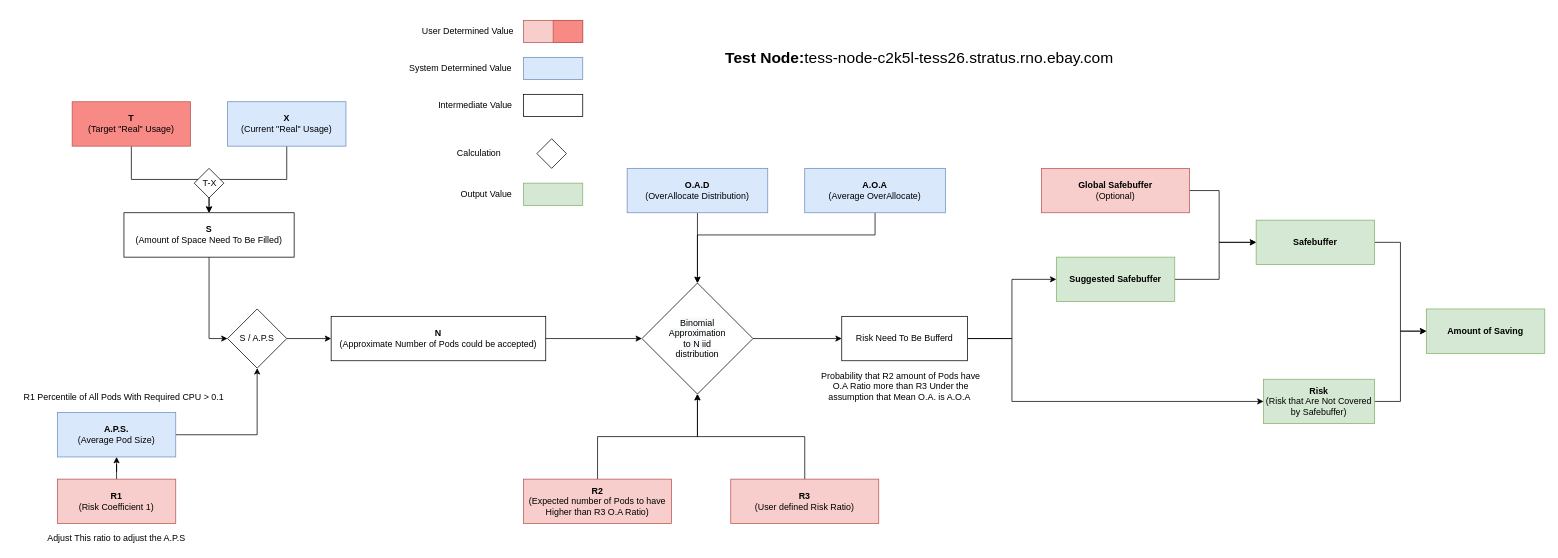
PodorCN/WorkTerm2 keeps this draw.io diagram as VNA.Verify 1.drawio. Above is the earlier version. Source tidied: cells renumbered, new cells numbered last; positions are measured from the earlier drawing's top-left corner, leaving out a move shared by most shapes. Both pictures are drawn from the tidied source at 74%, with x=0, y=0 at pixel (13, 13).
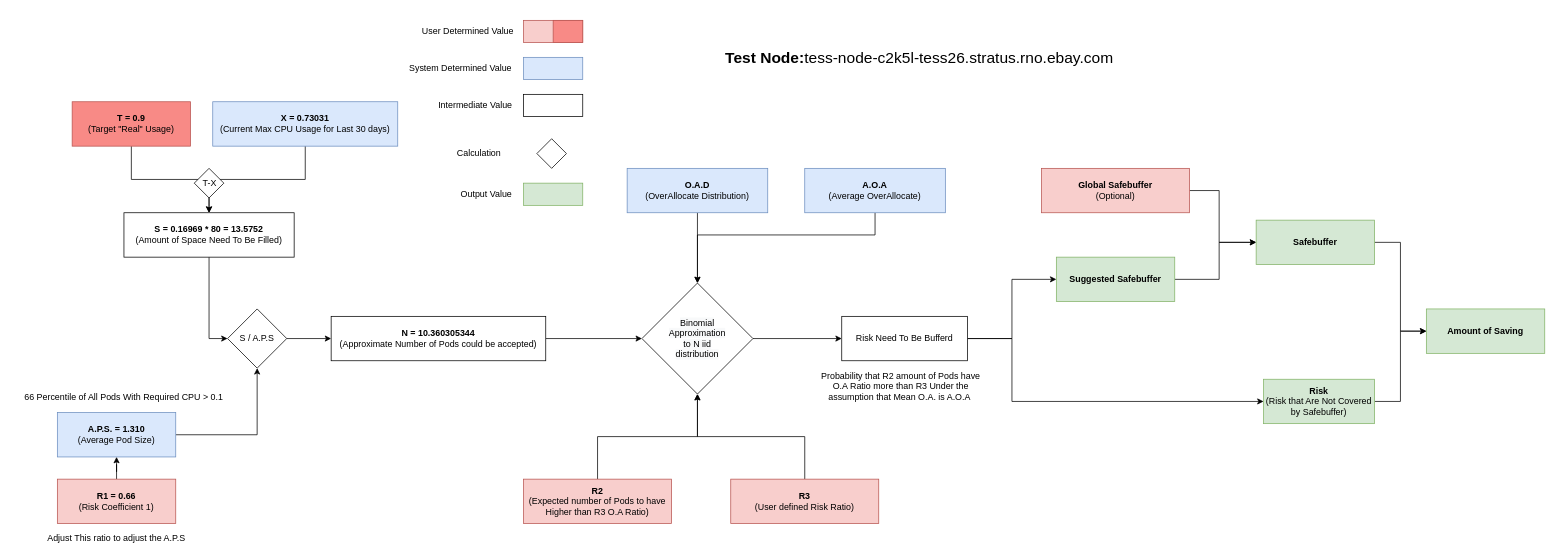
Above is the later version.

The edit, as a diff of the source:
```diff
@@
-    <mxCell id="3" value="&lt;b&gt;T&lt;/b&gt;&lt;br&gt;(Target &quot;Real&quot; Usage)" style="rounded=0;whiteSpace=wrap;html=1;strokeColor=#b85450;fillColor=#F88A86;" parent="1" vertex="1">
+    <mxCell id="3" value="&lt;b&gt;T = 0.9&lt;/b&gt;&lt;br&gt;(Target &quot;Real&quot; Usage)" style="rounded=0;whiteSpace=wrap;html=1;strokeColor=#b85450;fillColor=#F88A86;" parent="1" vertex="1">
       <mxGeometry x="80" y="120" width="160" height="60" as="geometry" />
     </mxCell>
@@
-    <mxCell id="11" value="&lt;b&gt;X&lt;/b&gt;&lt;br&gt;(Current &quot;Real&quot; Usage)" style="rounded=0;whiteSpace=wrap;html=1;fillColor=#dae8fc;strokeColor=#6c8ebf;" parent="1" vertex="1">
-      <mxGeometry x="290" y="120" width="160" height="60" as="geometry" />
+    <mxCell id="11" value="&lt;b&gt;X = 0.73031&lt;/b&gt;&lt;br&gt;(Current Max CPU Usage for Last 30 days)" style="rounded=0;whiteSpace=wrap;html=1;fillColor=#dae8fc;strokeColor=#6c8ebf;" parent="1" vertex="1">
+      <mxGeometry x="270" y="120" width="250" height="60" as="geometry" />
     </mxCell>
@@
-    <mxCell id="13" value="&lt;b&gt;S&lt;br&gt;&lt;/b&gt;(Amount of Space Need To Be Filled)" style="rounded=0;whiteSpace=wrap;html=1;" parent="1" vertex="1">
+    <mxCell id="13" value="&lt;b&gt;S = 0.16969 * 80 =&amp;nbsp;13.5752&lt;/b&gt;&lt;br&gt;(Amount of Space Need To Be Filled)" style="rounded=0;whiteSpace=wrap;html=1;" parent="1" vertex="1">
       <mxGeometry x="150" y="270" width="230" height="60" as="geometry" />
     </mxCell>
@@
-    <mxCell id="18" value="&lt;b&gt;A.P.S.&lt;/b&gt;&lt;br&gt;(Average Pod Size)" style="rounded=0;whiteSpace=wrap;html=1;fillColor=#dae8fc;strokeColor=#6c8ebf;" parent="1" vertex="1">
+    <mxCell id="18" value="&lt;b&gt;A.P.S. = 1.310&lt;/b&gt;&lt;br&gt;(Average Pod Size)" style="rounded=0;whiteSpace=wrap;html=1;fillColor=#dae8fc;strokeColor=#6c8ebf;" parent="1" vertex="1">
       <mxGeometry x="60" y="540" width="160" height="60" as="geometry" />
     </mxCell>
-    <mxCell id="19" value="R1 Percentile of All Pods With Required CPU &amp;gt; 0.1" style="text;html=1;strokeColor=none;fillColor=none;align=center;verticalAlign=middle;whiteSpace=wrap;rounded=0;" parent="1" vertex="1">
+    <mxCell id="19" value="66 Percentile of All Pods With Required CPU &amp;gt; 0.1" style="text;html=1;strokeColor=none;fillColor=none;align=center;verticalAlign=middle;whiteSpace=wrap;rounded=0;" parent="1" vertex="1">
       <mxGeometry y="510" width="300" height="20" as="geometry" />
     </mxCell>
@@
-    <mxCell id="21" value="&lt;b&gt;R1&lt;/b&gt;&lt;br&gt;(Risk Coefficient 1)" style="rounded=0;whiteSpace=wrap;html=1;fillColor=#f8cecc;strokeColor=#b85450;" parent="1" vertex="1">
+    <mxCell id="21" value="&lt;b&gt;R1 = 0.66&lt;/b&gt;&lt;br&gt;(Risk Coefficient 1)" style="rounded=0;whiteSpace=wrap;html=1;fillColor=#f8cecc;strokeColor=#b85450;" parent="1" vertex="1">
       <mxGeometry x="60" y="630" width="160" height="60" as="geometry" />
     </mxCell>
@@
-    <mxCell id="26" value="&lt;b&gt;N&lt;br&gt;&lt;/b&gt;(Approximate Number of Pods could be accepted)" style="rounded=0;whiteSpace=wrap;html=1;" parent="1" vertex="1">
+    <mxCell id="26" value="&lt;b&gt;N = 10.360305344&lt;/b&gt;&lt;br&gt;(Approximate Number of Pods could be accepted)" style="rounded=0;whiteSpace=wrap;html=1;" parent="1" vertex="1">
       <mxGeometry x="430" y="410" width="290" height="60" as="geometry" />
     </mxCell>
```
